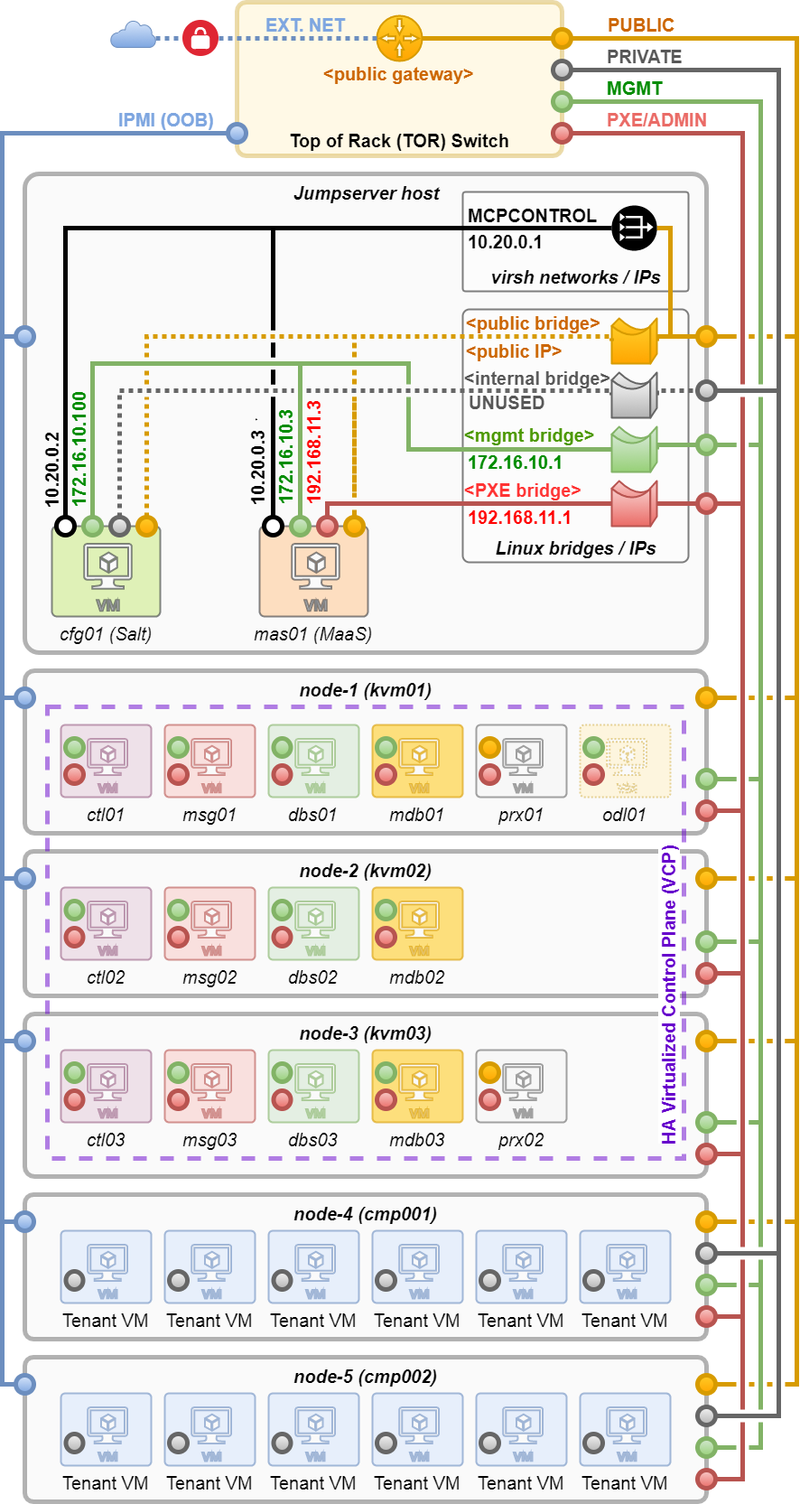
This is docs/release/installation/img/fuel_baremetal.png from opnfv/fuel, a draw.io export, as it was before one commit. Source tidied: cells renumbered, new cells last; positions are measured from the earlier drawing's top-left corner, leaving out a move shared by most shapes.
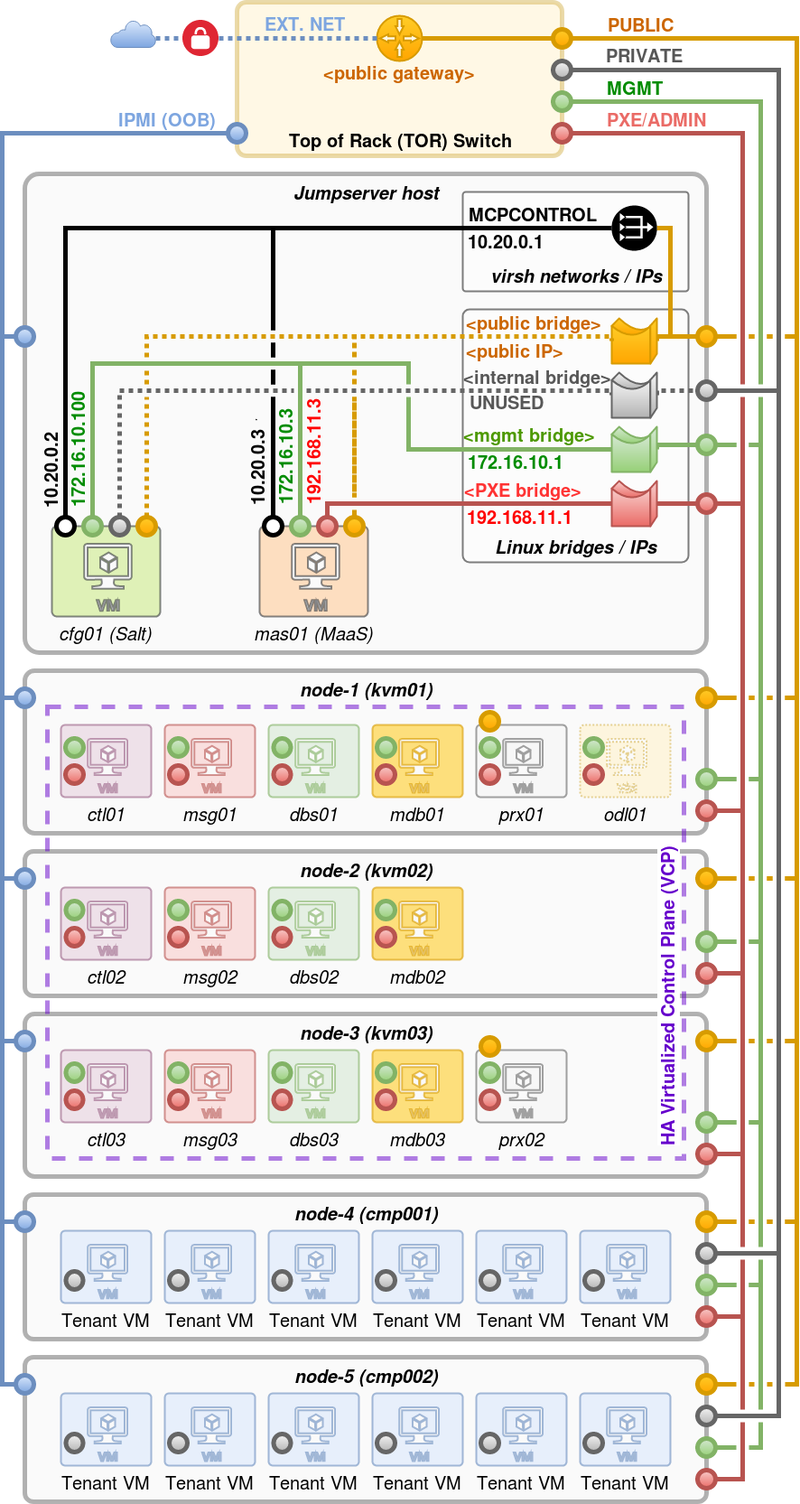
Later version of the same file.

Diff of the diagram source:
```diff
@@ -199,7 +199,7 @@
       <mxGeometry x="530" y="845" width="20" height="20" as="geometry" />
     </mxCell>
     <mxCell id="46" style="ellipse;whiteSpace=wrap;html=1;fillColor=#ffcd28;strokeColor=#d79b00;strokeWidth=5;perimeterSpacing=0;gradientColor=#ffa500;fontStyle=0;" parent="1" vertex="1">
-      <mxGeometry x="530" y="815" width="20" height="20" as="geometry" />
+      <mxGeometry x="530" y="786" width="20" height="20" as="geometry" />
     </mxCell>
     <mxCell id="47" style="ellipse;whiteSpace=wrap;html=1;fillColor=#f8cecc;strokeColor=#b85450;gradientColor=#ea6b66;strokeWidth=5;perimeterSpacing=0;fontStyle=0;" parent="1" vertex="1">
       <mxGeometry x="415" y="845" width="20" height="20" as="geometry" />
@@ -487,7 +487,7 @@
       <mxGeometry x="530" y="1205" width="20" height="20" as="geometry" />
     </mxCell>
     <mxCell id="117" style="ellipse;whiteSpace=wrap;html=1;fillColor=#ffcd28;strokeColor=#d79b00;strokeWidth=5;perimeterSpacing=0;gradientColor=#ffa500;fontStyle=2;" parent="1" vertex="1">
-      <mxGeometry x="530" y="1175" width="20" height="20" as="geometry" />
+      <mxGeometry x="530" y="1146" width="20" height="20" as="geometry" />
     </mxCell>
     <mxCell id="118" style="ellipse;whiteSpace=wrap;html=1;fillColor=#f8cecc;strokeColor=#b85450;gradientColor=#ea6b66;strokeWidth=5;perimeterSpacing=0;fontStyle=2;" parent="1" vertex="1">
       <mxGeometry x="415" y="1205" width="20" height="20" as="geometry" />
@@ -845,5 +845,11 @@
         <mxPoint x="-71" y="-6" as="offset" />
       </mxGeometry>
     </mxCell>
+    <mxCell id="201" style="ellipse;whiteSpace=wrap;html=1;fillColor=#d5e8d4;strokeColor=#82b366;strokeWidth=5;perimeterSpacing=0;gradientColor=#97d077;fontStyle=0;" parent="1" vertex="1">
+      <mxGeometry x="530" y="815" width="20" height="20" as="geometry" />
+    </mxCell>
+    <mxCell id="202" style="ellipse;whiteSpace=wrap;html=1;fillColor=#d5e8d4;strokeColor=#82b366;strokeWidth=5;perimeterSpacing=0;gradientColor=#97d077;fontStyle=2;" parent="1" vertex="1">
+      <mxGeometry x="530" y="1175" width="20" height="20" as="geometry" />
+    </mxCell>
   </root>
 </mxGraphModel>
```
